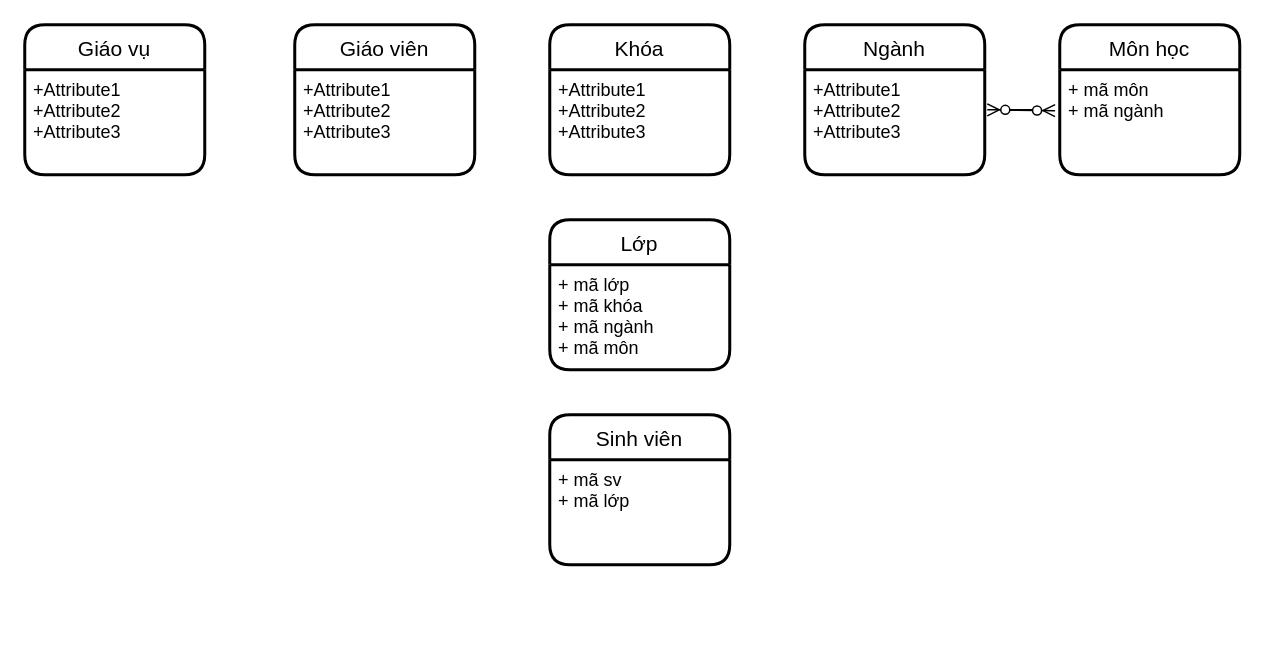
Earlier version of the draw.io diagram page "Page-1" (1 of 3) of documents/sơ đồ thực thể QLHV.drawio (buianhtai1205/Quan_Ly_Hoc_Vien). Source tidied: cells renumbered, new cells numbered last; positions are measured from the earlier drawing's top-left corner, leaving out a move shared by most shapes. Both pictures are drawn from the tidied source at 150%, with x=0, y=0 at pixel (24, 24).
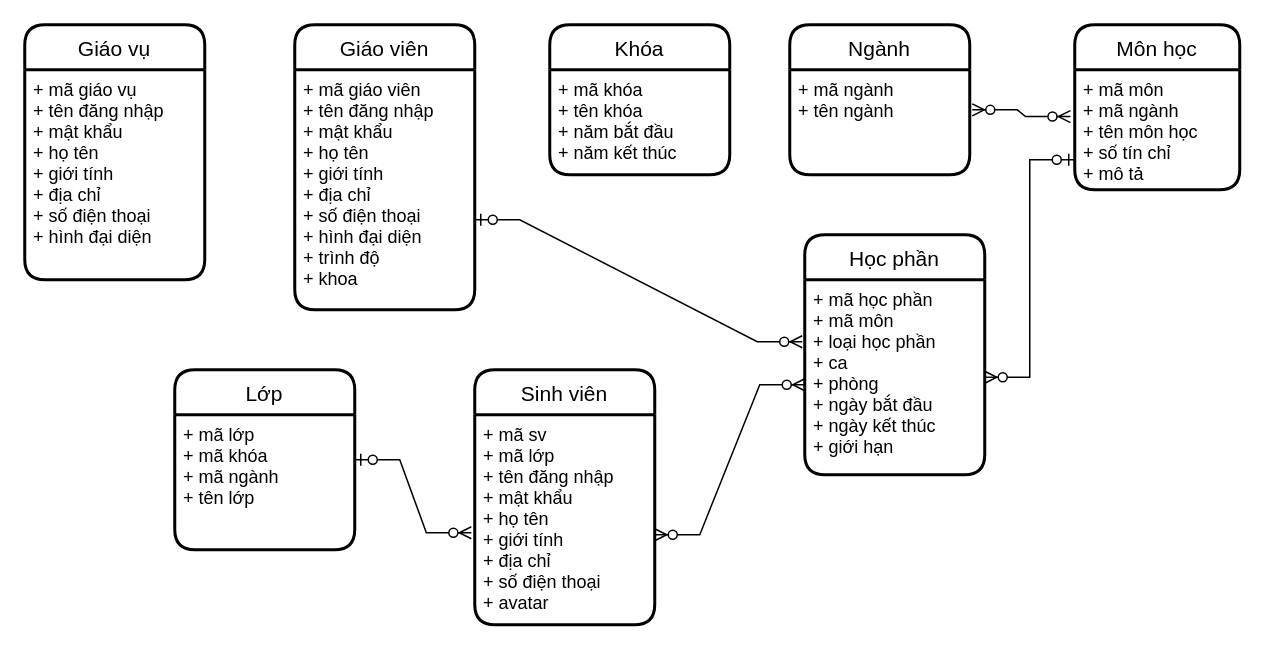
Above is the later version.

Unchanged cells that the change refers to:
```xml
<mxCell id="6" value="Khóa" style="swimlane;horizontal=1;startSize=30;rounded=1;fontSize=14;fontStyle=0;strokeWidth=2;shadow=0;dashed=0;align=center;" parent="1" vertex="1">
  <mxGeometry x="350" width="120" height="100" as="geometry" />
</mxCell>
```

What changed in the source:
```diff
@@
     <mxCell id="2" value="Giáo vụ" style="swimlane;horizontal=1;startSize=30;rounded=1;fontSize=14;fontStyle=0;strokeWidth=2;shadow=0;dashed=0;align=center;" parent="1" vertex="1">
-      <mxGeometry width="120" height="100" as="geometry" />
+      <mxGeometry width="120" height="170" as="geometry" />
     </mxCell>
-    <mxCell id="3" value="+Attribute1&#10;+Attribute2&#10;+Attribute3" style="align=left;strokeColor=none;fillColor=none;spacingLeft=4;fontSize=12;verticalAlign=top;" parent="2" vertex="1">
-      <mxGeometry y="30" width="120" height="70" as="geometry" />
+    <mxCell id="3" value="+ mã giáo vụ&#10;+ tên đăng nhập&#10;+ mật khẩu&#10;+ họ tên&#10;+ giới tính&#10;+ địa chỉ&#10;+ số điện thoại&#10;+ hình đại diện" style="align=left;strokeColor=none;fillColor=none;spacingLeft=4;fontSize=12;verticalAlign=top;" parent="2" vertex="1">
+      <mxGeometry y="30" width="120" height="140" as="geometry" />
     </mxCell>
     <mxCell id="4" value="Giáo viên" style="swimlane;horizontal=1;startSize=30;rounded=1;fontSize=14;fontStyle=0;strokeWidth=2;shadow=0;dashed=0;align=center;" parent="1" vertex="1">
-      <mxGeometry x="180" width="120" height="100" as="geometry" />
+      <mxGeometry x="180" width="120" height="190" as="geometry" />
     </mxCell>
-    <mxCell id="5" value="+Attribute1&#10;+Attribute2&#10;+Attribute3" style="align=left;strokeColor=none;fillColor=none;spacingLeft=4;fontSize=12;verticalAlign=top;" parent="4" vertex="1">
-      <mxGeometry y="30" width="120" height="70" as="geometry" />
+    <mxCell id="5" value="+ mã giáo viên&#10;+ tên đăng nhập&#10;+ mật khẩu&#10;+ họ tên&#10;+ giới tính&#10;+ địa chỉ&#10;+ số điện thoại&#10;+ hình đại diện&#10;+ trình độ &#10;+ khoa" style="align=left;strokeColor=none;fillColor=none;spacingLeft=4;fontSize=12;verticalAlign=top;" parent="4" vertex="1">
+      <mxGeometry y="30" width="120" height="160" as="geometry" />
     </mxCell>
@@
-    <mxCell id="7" value="+Attribute1&#10;+Attribute2&#10;+Attribute3" style="align=left;strokeColor=none;fillColor=none;spacingLeft=4;fontSize=12;verticalAlign=top;" parent="6" vertex="1">
+    <mxCell id="7" value="+ mã khóa&#10;+ tên khóa&#10;+ năm bắt đầu&#10;+ năm kết thúc" style="align=left;strokeColor=none;fillColor=none;spacingLeft=4;fontSize=12;verticalAlign=top;" parent="6" vertex="1">
       <mxGeometry y="30" width="120" height="70" as="geometry" />
     </mxCell>
     <mxCell id="8" value="Ngành" style="swimlane;horizontal=1;startSize=30;rounded=1;fontSize=14;fontStyle=0;strokeWidth=2;shadow=0;dashed=0;align=center;" parent="1" vertex="1">
-      <mxGeometry x="520" width="120" height="100" as="geometry" />
+      <mxGeometry x="510" width="120" height="100" as="geometry" />
     </mxCell>
-    <mxCell id="9" value="+Attribute1&#10;+Attribute2&#10;+Attribute3" style="align=left;strokeColor=none;fillColor=none;spacingLeft=4;fontSize=12;verticalAlign=top;" parent="8" vertex="1">
+    <mxCell id="9" value="+ mã ngành&#10;+ tên ngành" style="align=left;strokeColor=none;fillColor=none;spacingLeft=4;fontSize=12;verticalAlign=top;" parent="8" vertex="1">
       <mxGeometry y="30" width="120" height="70" as="geometry" />
     </mxCell>
     <mxCell id="10" value="Lớp" style="swimlane;horizontal=1;startSize=30;rounded=1;fontSize=14;fontStyle=0;strokeWidth=2;shadow=0;dashed=0;align=center;" parent="1" vertex="1">
-      <mxGeometry x="350" y="130" width="120" height="100" as="geometry" />
+      <mxGeometry x="100" y="230" width="120" height="120" as="geometry" />
     </mxCell>
-    <mxCell id="11" value="+ mã lớp&#10;+ mã khóa&#10;+ mã ngành&#10;+ mã môn" style="align=left;strokeColor=none;fillColor=none;spacingLeft=4;fontSize=12;verticalAlign=top;" parent="10" vertex="1">
-      <mxGeometry y="30" width="120" height="70" as="geometry" />
+    <mxCell id="11" value="+ mã lớp&#10;+ mã khóa&#10;+ mã ngành&#10;+ tên lớp" style="align=left;strokeColor=none;fillColor=none;spacingLeft=4;fontSize=12;verticalAlign=top;" parent="10" vertex="1">
+      <mxGeometry y="30" width="120" height="90" as="geometry" />
     </mxCell>
     <mxCell id="12" value="Môn học" style="swimlane;horizontal=1;startSize=30;rounded=1;fontSize=14;fontStyle=0;strokeWidth=2;shadow=0;dashed=0;align=center;" parent="1" vertex="1">
-      <mxGeometry x="690" width="120" height="100" as="geometry" />
+      <mxGeometry x="700" width="110" height="110" as="geometry" />
     </mxCell>
-    <mxCell id="13" value="+ mã môn&#10;+ mã ngành" style="align=left;strokeColor=none;fillColor=none;spacingLeft=4;fontSize=12;verticalAlign=top;" parent="12" vertex="1">
-      <mxGeometry y="30" width="120" height="70" as="geometry" />
+    <mxCell id="13" value="+ mã môn&#10;+ mã ngành&#10;+ tên môn học&#10;+ số tín chỉ&#10;+ mô tả" style="align=left;strokeColor=none;fillColor=none;spacingLeft=4;fontSize=12;verticalAlign=top;" parent="12" vertex="1">
+      <mxGeometry y="30" width="110" height="80" as="geometry" />
     </mxCell>
@@
     <mxCell id="15" value="Sinh viên" style="swimlane;horizontal=1;startSize=30;rounded=1;fontSize=14;fontStyle=0;strokeWidth=2;shadow=0;dashed=0;align=center;" parent="1" vertex="1">
-      <mxGeometry x="350" y="260" width="120" height="100" as="geometry" />
+      <mxGeometry x="300" y="230" width="120" height="170" as="geometry" />
     </mxCell>
-    <mxCell id="16" value="+ mã sv&#10;+ mã lớp" style="align=left;strokeColor=none;fillColor=none;spacingLeft=4;fontSize=12;verticalAlign=top;" parent="15" vertex="1">
-      <mxGeometry y="30" width="120" height="70" as="geometry" />
+    <mxCell id="16" value="+ mã sv&#10;+ mã lớp&#10;+ tên đăng nhập&#10;+ mật khẩu&#10;+ họ tên&#10;+ giới tính&#10;+ địa chỉ&#10;+ số điện thoại&#10;+ avatar" style="align=left;strokeColor=none;fillColor=none;spacingLeft=4;fontSize=12;verticalAlign=top;" parent="15" vertex="1">
+      <mxGeometry y="30" width="120" height="140" as="geometry" />
     </mxCell>
+    <mxCell id="17" value="Học phần" style="swimlane;horizontal=1;startSize=30;rounded=1;fontSize=14;fontStyle=0;strokeWidth=2;shadow=0;dashed=0;align=center;" parent="1" vertex="1">
+      <mxGeometry x="520" y="140" width="120" height="160" as="geometry" />
+    </mxCell>
+    <mxCell id="18" value="+ mã học phần&#10;+ mã môn&#10;+ loại học phần&#10;+ ca&#10;+ phòng&#10;+ ngày bắt đầu&#10;+ ngày kết thúc&#10;+ giới hạn" style="align=left;strokeColor=none;fillColor=none;spacingLeft=4;fontSize=12;verticalAlign=top;" parent="17" vertex="1">
+      <mxGeometry y="30" width="120" height="130" as="geometry" />
+    </mxCell>
+    <mxCell id="19" style="edgeStyle=entityRelationEdgeStyle;fontSize=12;html=1;endArrow=ERzeroToMany;startArrow=ERzeroToOne;rounded=0;exitX=0;exitY=0.75;exitDx=0;exitDy=0;" parent="1" edge="1" source="13" target="18">
+      <mxGeometry relative="1" as="geometry" />
+    </mxCell>
+    <mxCell id="20" style="edgeStyle=entityRelationEdgeStyle;fontSize=12;html=1;endArrow=ERzeroToMany;startArrow=ERzeroToOne;rounded=0;entryX=-0.019;entryY=0.562;entryDx=0;entryDy=0;entryPerimeter=0;exitX=1;exitY=0.5;exitDx=0;exitDy=0;" parent="1" edge="1" source="10" target="16">
+      <mxGeometry relative="1" as="geometry" />
+    </mxCell>
+    <mxCell id="21" style="edgeStyle=entityRelationEdgeStyle;fontSize=12;html=1;endArrow=ERzeroToMany;startArrow=ERzeroToOne;rounded=0;entryX=-0.014;entryY=0.318;entryDx=0;entryDy=0;entryPerimeter=0;exitX=1;exitY=0.625;exitDx=0;exitDy=0;exitPerimeter=0;" parent="1" edge="1" source="5" target="18">
+      <mxGeometry relative="1" as="geometry" />
+    </mxCell>
+    <mxCell id="22" style="edgeStyle=entityRelationEdgeStyle;fontSize=12;html=1;endArrow=ERzeroToMany;endFill=1;startArrow=ERzeroToMany;rounded=0;" parent="1" edge="1">
+      <mxGeometry relative="1" as="geometry">
+        <mxPoint x="420" y="340" as="sourcePoint" />
+        <mxPoint x="520" y="240" as="targetPoint" />
+      </mxGeometry>
+    </mxCell>
```
